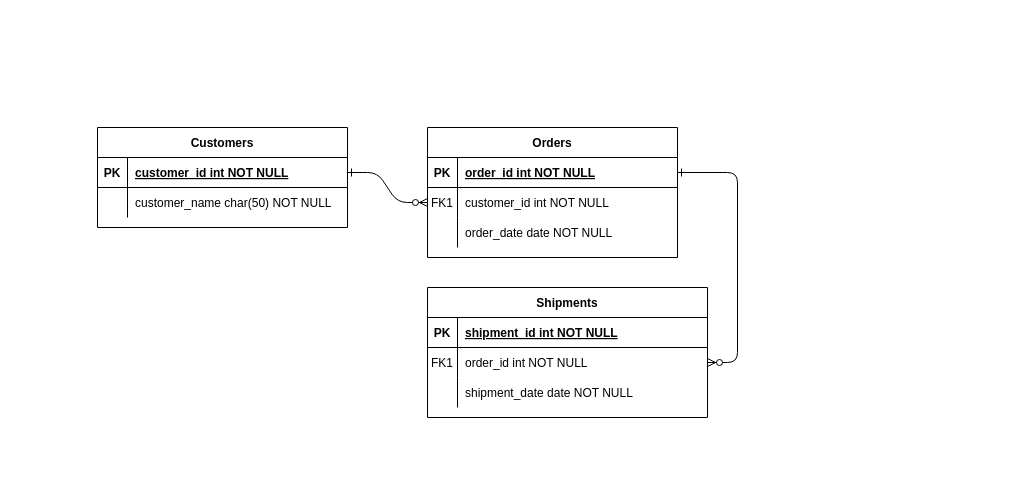
Above: primadiagrama.drawio in andromeda1991/first_db_project (draw.io), before the change. Source tidied: cells renumbered, new cells numbered last; positions are measured from the earlier drawing's top-left corner, leaving out a move shared by most shapes. Both pictures are drawn from the tidied source at 100%, with x=0, y=0 at pixel (97, 127).
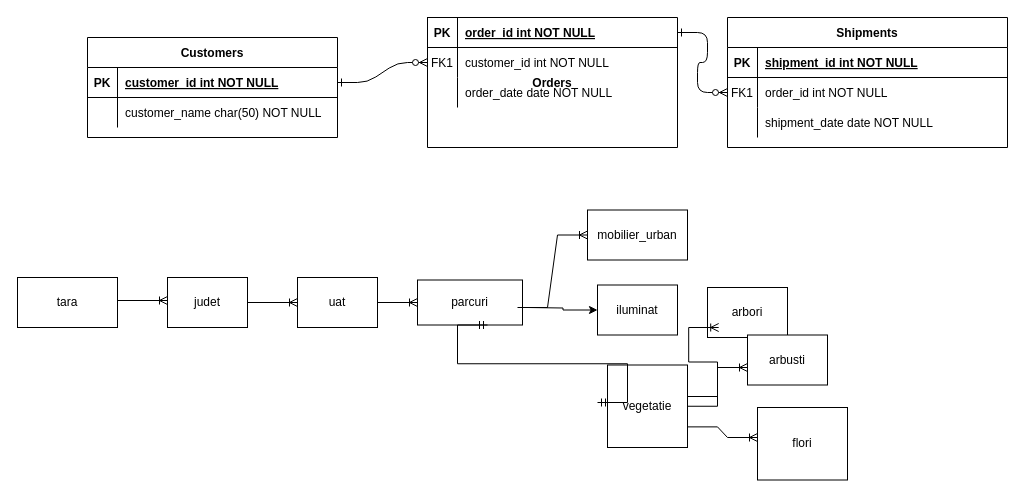
The same page after the edit.

Commit message:
model abstract

What changed in the source:
```diff
@@
-    <mxCell id="4" value="Orders" style="shape=table;startSize=30;childLayout=tableLayout;rowLines=0;fontStyle=1;align=center;" parent="1" vertex="1">
-      <mxGeometry x="330" width="250" height="130" as="geometry" />
+    <mxCell id="4" value="Orders" style="shape=table;startSize=0;childLayout=tableLayout;rowLines=0;fontStyle=1;align=center;" parent="1" vertex="1">
+      <mxGeometry x="330" y="-110" width="250" height="130" as="geometry" />
     </mxCell>
     <mxCell id="5" style="shape=partialRectangle;fillColor=none;points=[[0,0.5],[1,0.5]];portConstraint=eastwest;top=0;left=0;right=0;bottom=1;" parent="4" vertex="1">
-      <mxGeometry y="30" width="250" height="30" as="geometry" />
+      <mxGeometry width="250" height="30" as="geometry" />
     </mxCell>
@@
     <mxCell id="8" style="shape=partialRectangle;fillColor=none;points=[[0,0.5],[1,0.5]];portConstraint=eastwest;top=0;left=0;right=0;bottom=0;" parent="4" vertex="1">
-      <mxGeometry y="60" width="250" height="30" as="geometry" />
+      <mxGeometry y="30" width="250" height="30" as="geometry" />
     </mxCell>
@@
     <mxCell id="11" style="shape=partialRectangle;fillColor=none;top=0;left=0;right=0;bottom=0;" parent="4" vertex="1">
-      <mxGeometry y="90" width="250" height="30" as="geometry" />
+      <mxGeometry y="60" width="250" height="30" as="geometry" />
     </mxCell>
@@
     <mxCell id="14" value="Shipments" style="shape=table;startSize=30;childLayout=tableLayout;rowLines=0;fontStyle=1;align=center;" parent="1" vertex="1">
-      <mxGeometry x="330" y="160" width="280" height="130" as="geometry" />
+      <mxGeometry x="630" y="-110" width="280" height="130" as="geometry" />
     </mxCell>
@@
     <mxCell id="24" value="Customers" style="shape=table;startSize=30;childLayout=tableLayout;rowLines=0;fontStyle=1;align=center;" parent="1" vertex="1">
-      <mxGeometry width="250" height="100" as="geometry" />
+      <mxGeometry x="-10" y="-90" width="250" height="100" as="geometry" />
     </mxCell>
@@
+    <mxCell id="31" value="uat" style="rounded=0;whiteSpace=wrap;html=1;" parent="1" vertex="1">
+      <mxGeometry x="200" y="150" width="80" height="50" as="geometry" />
+    </mxCell>
+    <mxCell id="32" value="judet" style="rounded=0;whiteSpace=wrap;html=1;" parent="1" vertex="1">
+      <mxGeometry x="70" y="150" width="80" height="50" as="geometry" />
+    </mxCell>
+    <mxCell id="33" value="tara" style="rounded=0;whiteSpace=wrap;html=1;" parent="1" vertex="1">
+      <mxGeometry x="-80" y="150" width="100" height="50" as="geometry" />
+    </mxCell>
+    <mxCell id="34" style="edgeStyle=orthogonalEdgeStyle;rounded=0;jettySize=auto;html=1;entryX=0;entryY=0.5;entryDx=0;entryDy=0;" parent="1" edge="1" target="36">
+      <mxGeometry relative="1" as="geometry">
+        <mxPoint x="430" y="180" as="sourcePoint" />
+      </mxGeometry>
+    </mxCell>
+    <mxCell id="35" value="parcuri" style="rounded=0;whiteSpace=wrap;html=1;" parent="1" vertex="1">
+      <mxGeometry x="320" y="152.5" width="105" height="45" as="geometry" />
+    </mxCell>
+    <mxCell id="36" value="iluminat" style="rounded=0;whiteSpace=wrap;html=1;" parent="1" vertex="1">
+      <mxGeometry x="500" y="157.5" width="80" height="50" as="geometry" />
+    </mxCell>
+    <mxCell id="37" value="mobilier_urban" style="rounded=0;whiteSpace=wrap;html=1;" parent="1" vertex="1">
+      <mxGeometry x="490" y="82.5" width="100" height="50" as="geometry" />
+    </mxCell>
+    <mxCell id="38" value="vegetatie" style="rounded=0;whiteSpace=wrap;html=1;" parent="1" vertex="1">
+      <mxGeometry x="510" y="237.5" width="80" height="82.5" as="geometry" />
+    </mxCell>
+    <mxCell id="39" value="arbori" style="rounded=0;whiteSpace=wrap;html=1;" parent="1" vertex="1">
+      <mxGeometry x="610" y="160" width="80" height="50" as="geometry" />
+    </mxCell>
+    <mxCell id="40" value="arbusti" style="rounded=0;whiteSpace=wrap;html=1;" parent="1" vertex="1">
+      <mxGeometry x="650" y="207.5" width="80" height="50" as="geometry" />
+    </mxCell>
+    <mxCell id="41" value="flori" style="rounded=0;whiteSpace=wrap;html=1;" parent="1" vertex="1">
+      <mxGeometry x="660" y="280" width="90" height="72.5" as="geometry" />
+    </mxCell>
+    <mxCell id="42" style="edgeStyle=entityRelationEdgeStyle;fontSize=12;html=1;endArrow=ERoneToMany;rounded=0;entryX=0;entryY=0.5;entryDx=0;entryDy=0;exitX=1;exitY=0.5;exitDx=0;exitDy=0;" parent="1" edge="1" source="32" target="31">
+      <mxGeometry relative="1" as="geometry">
+        <Array as="points">
+          <mxPoint x="200" y="151.2" />
+        </Array>
+      </mxGeometry>
+    </mxCell>
+    <mxCell id="43" style="edgeStyle=entityRelationEdgeStyle;fontSize=12;html=1;endArrow=ERoneToMany;rounded=0;" parent="1" edge="1">
+      <mxGeometry relative="1" as="geometry">
+        <mxPoint x="20" y="173" as="sourcePoint" />
+        <mxPoint x="70" y="173" as="targetPoint" />
+        <Array as="points">
+          <mxPoint x="80" y="155" />
+          <mxPoint x="160" y="173" />
+        </Array>
+      </mxGeometry>
+    </mxCell>
+    <mxCell id="44" style="edgeStyle=entityRelationEdgeStyle;fontSize=12;html=1;endArrow=ERoneToMany;rounded=0;exitX=1;exitY=0.5;exitDx=0;exitDy=0;entryX=0;entryY=0.5;entryDx=0;entryDy=0;" parent="1" edge="1" source="31" target="35">
+      <mxGeometry relative="1" as="geometry" />
+    </mxCell>
+    <mxCell id="45" style="edgeStyle=entityRelationEdgeStyle;fontSize=12;html=1;endArrow=ERoneToMany;rounded=0;entryX=0;entryY=0.5;entryDx=0;entryDy=0;" parent="1" edge="1" target="37">
+      <mxGeometry relative="1" as="geometry">
+        <mxPoint x="420" y="180" as="sourcePoint" />
+      </mxGeometry>
+    </mxCell>
+    <mxCell id="46" style="edgeStyle=entityRelationEdgeStyle;fontSize=12;html=1;endArrow=ERmandOne;startArrow=ERmandOne;rounded=0;exitX=0;exitY=0.75;exitDx=0;exitDy=0;" parent="1" edge="1">
+      <mxGeometry relative="1" as="geometry">
+        <mxPoint x="500" y="275" as="sourcePoint" />
+        <mxPoint x="390" y="197.5" as="targetPoint" />
+      </mxGeometry>
+    </mxCell>
+    <mxCell id="47" style="edgeStyle=entityRelationEdgeStyle;fontSize=12;html=1;endArrow=ERoneToMany;rounded=0;exitX=1;exitY=0.75;exitDx=0;exitDy=0;" parent="1" edge="1" source="38">
+      <mxGeometry relative="1" as="geometry">
+        <mxPoint x="660" y="310" as="targetPoint" />
+      </mxGeometry>
+    </mxCell>
+    <mxCell id="48" style="edgeStyle=entityRelationEdgeStyle;fontSize=12;html=1;endArrow=ERoneToMany;rounded=0;exitX=0.985;exitY=0.382;exitDx=0;exitDy=0;exitPerimeter=0;" parent="1" edge="1">
+      <mxGeometry relative="1" as="geometry">
+        <mxPoint x="590" y="269" as="sourcePoint" />
+        <mxPoint x="621.2" y="200" as="targetPoint" />
+      </mxGeometry>
+    </mxCell>
+    <mxCell id="49" style="edgeStyle=entityRelationEdgeStyle;fontSize=12;html=1;endArrow=ERoneToMany;rounded=0;exitX=1;exitY=0.5;exitDx=0;exitDy=0;" parent="1" edge="1" source="38">
+      <mxGeometry relative="1" as="geometry">
+        <mxPoint x="650" y="240" as="targetPoint" />
+      </mxGeometry>
+    </mxCell>
```
